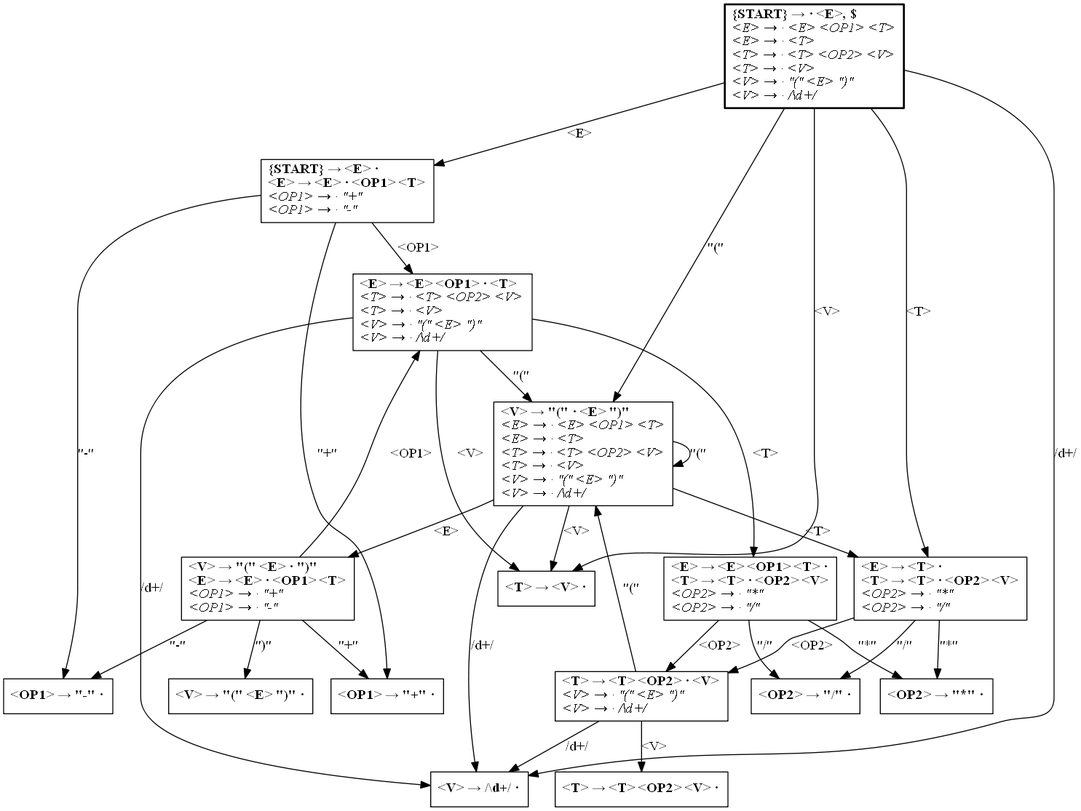
This is lalr_collection_test.dot.png from tokenshift/appa, a Graphviz export, as it was before one commit. Its source is kept beside it as lalr_collection_test.dot.
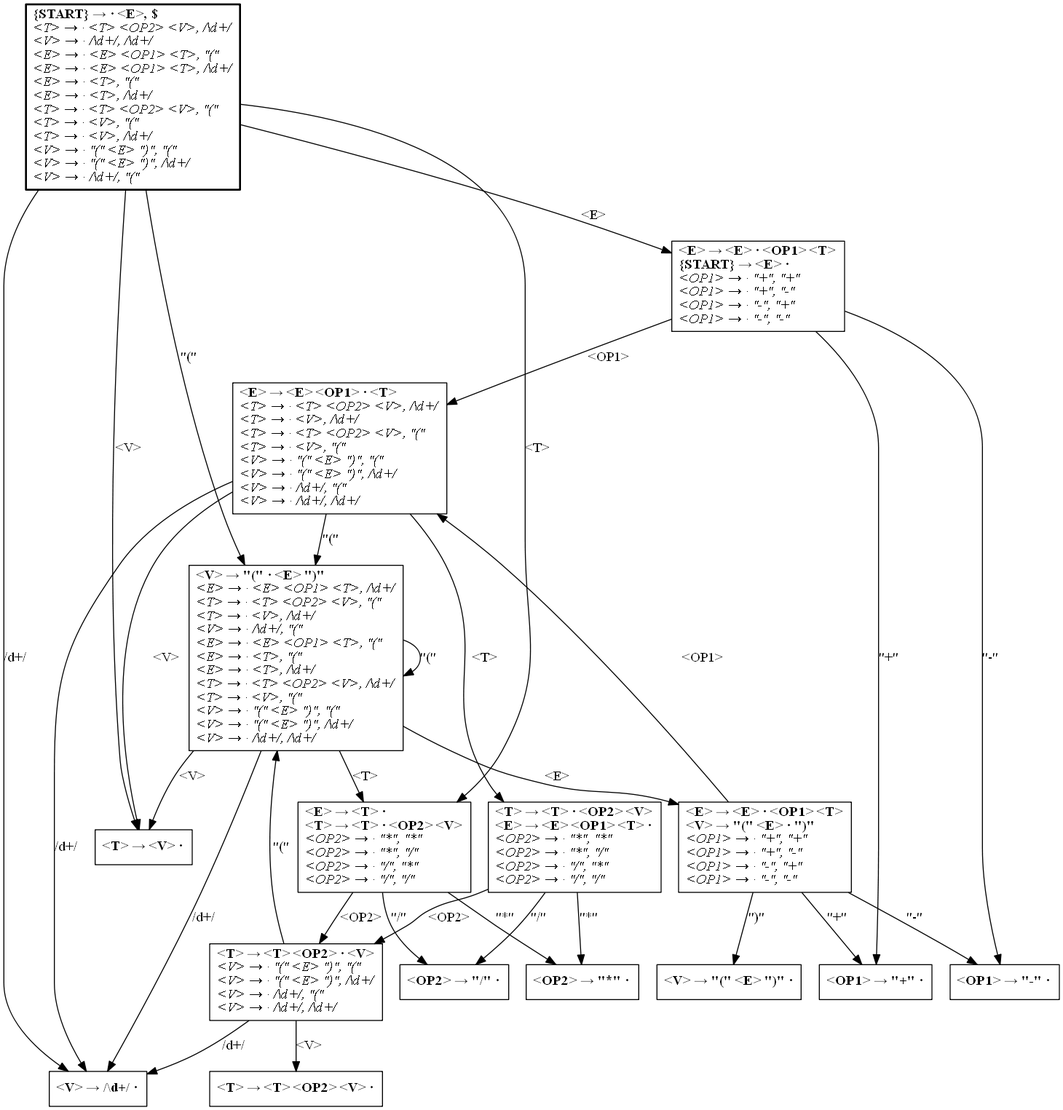
The same diagram one commit later.

Diff of the diagram source:
```diff
@@ -1,144 +1,170 @@
 digraph LALR_Collection {
 	node[shape=box];
 
-	1 [penwidth=2
+	1 [label=<<b>
+	&amp;lt;OP1&amp;gt; → "-" ·<br align="left" />
+	</b>>];
+
+	2 [label=<<b>
+	&amp;lt;T&amp;gt; → &amp;lt;T&amp;gt; &amp;lt;OP2&amp;gt; · &amp;lt;V&amp;gt;<br align="left" />
+	</b><i>
+	&amp;lt;V&amp;gt; → · "(" &amp;lt;E&amp;gt; ")", "("<br align="left" />
+	&amp;lt;V&amp;gt; → · "(" &amp;lt;E&amp;gt; ")", /\d+/<br align="left" />
+	&amp;lt;V&amp;gt; → · /\d+/, "("<br align="left" />
+	&amp;lt;V&amp;gt; → · /\d+/, /\d+/<br align="left" />
+	</i>>];
+
+	2 -> 3 [label="<V>"];
+	2 -> 4 [label="\"(\""];
+	2 -> 5 [label="/\d+/"];
+
+	6 [label=<<b>
+	&amp;lt;E&amp;gt; → &amp;lt;E&amp;gt; · &amp;lt;OP1&amp;gt; &amp;lt;T&amp;gt;<br align="left" />
+	{START} → &amp;lt;E&amp;gt; ·<br align="left" />
+	</b><i>
+	&amp;lt;OP1&amp;gt; → · "+", "+"<br align="left" />
+	&amp;lt;OP1&amp;gt; → · "+", "-"<br align="left" />
+	&amp;lt;OP1&amp;gt; → · "-", "+"<br align="left" />
+	&amp;lt;OP1&amp;gt; → · "-", "-"<br align="left" />
+	</i>>];
+
+	6 -> 7 [label="<OP1>"];
+	6 -> 8 [label="\"+\""];
+	6 -> 1 [label="\"-\""];
+
+	9 [label=<<b>
+	&amp;lt;E&amp;gt; → &amp;lt;T&amp;gt; ·<br align="left" />
+	&amp;lt;T&amp;gt; → &amp;lt;T&amp;gt; · &amp;lt;OP2&amp;gt; &amp;lt;V&amp;gt;<br align="left" />
+	</b><i>
+	&amp;lt;OP2&amp;gt; → · "*", "*"<br align="left" />
+	&amp;lt;OP2&amp;gt; → · "*", "/"<br align="left" />
+	&amp;lt;OP2&amp;gt; → · "/", "*"<br align="left" />
+	&amp;lt;OP2&amp;gt; → · "/", "/"<br align="left" />
+	</i>>];
+
+	9 -> 2 [label="<OP2>"];
+	9 -> 10 [label="\"*\""];
+	9 -> 11 [label="\"/\""];
+
+	12 [label=<<b>
+	&amp;lt;T&amp;gt; → &amp;lt;V&amp;gt; ·<br align="left" />
+	</b>>];
+
+	10 [label=<<b>
+	&amp;lt;OP2&amp;gt; → "*" ·<br align="left" />
+	</b>>];
+
+	11 [label=<<b>
+	&amp;lt;OP2&amp;gt; → "/" ·<br align="left" />
+	</b>>];
+
+	13 [label=<<b>
+	&amp;lt;T&amp;gt; → &amp;lt;T&amp;gt; · &amp;lt;OP2&amp;gt; &amp;lt;V&amp;gt;<br align="left" />
+	&amp;lt;E&amp;gt; → &amp;lt;E&amp;gt; &amp;lt;OP1&amp;gt; &amp;lt;T&amp;gt; ·<br align="left" />
+	</b><i>
+	&amp;lt;OP2&amp;gt; → · "*", "*"<br align="left" />
+	&amp;lt;OP2&amp;gt; → · "*", "/"<br align="left" />
+	&amp;lt;OP2&amp;gt; → · "/", "*"<br align="left" />
+	&amp;lt;OP2&amp;gt; → · "/", "/"<br align="left" />
+	</i>>];
+
+	13 -> 2 [label="<OP2>"];
+	13 -> 10 [label="\"*\""];
+	13 -> 11 [label="\"/\""];
+
+	8 [label=<<b>
+	&amp;lt;OP1&amp;gt; → "+" ·<br align="left" />
+	</b>>];
+
+	14 [label=<<b>
+	&amp;lt;E&amp;gt; → &amp;lt;E&amp;gt; · &amp;lt;OP1&amp;gt; &amp;lt;T&amp;gt;<br align="left" />
+	&amp;lt;V&amp;gt; → "(" &amp;lt;E&amp;gt; · ")"<br align="left" />
+	</b><i>
+	&amp;lt;OP1&amp;gt; → · "+", "+"<br align="left" />
+	&amp;lt;OP1&amp;gt; → · "+", "-"<br align="left" />
+	&amp;lt;OP1&amp;gt; → · "-", "+"<br align="left" />
+	&amp;lt;OP1&amp;gt; → · "-", "-"<br align="left" />
+	</i>>];
+
+	14 -> 7 [label="<OP1>"];
+	14 -> 15 [label="\")\""];
+	14 -> 8 [label="\"+\""];
+	14 -> 1 [label="\"-\""];
+
+	15 [label=<<b>
+	&amp;lt;V&amp;gt; → "(" &amp;lt;E&amp;gt; ")" ·<br align="left" />
+	</b>>];
+
+	16 [penwidth=2
 	label=<<b>
 	{START} → · &amp;lt;E&amp;gt;, $<br align="left" />
 	</b><i>
-	&amp;lt;E&amp;gt; → · &amp;lt;E&amp;gt; &amp;lt;OP1&amp;gt; &amp;lt;T&amp;gt;<br align="left" />
-	&amp;lt;E&amp;gt; → · &amp;lt;T&amp;gt;<br align="left" />
-	&amp;lt;T&amp;gt; → · &amp;lt;T&amp;gt; &amp;lt;OP2&amp;gt; &amp;lt;V&amp;gt;<br align="left" />
-	&amp;lt;T&amp;gt; → · &amp;lt;V&amp;gt;<br align="left" />
-	&amp;lt;V&amp;gt; → · "(" &amp;lt;E&amp;gt; ")"<br align="left" />
-	&amp;lt;V&amp;gt; → · /\d+/<br align="left" />
+	&amp;lt;T&amp;gt; → · &amp;lt;T&amp;gt; &amp;lt;OP2&amp;gt; &amp;lt;V&amp;gt;, /\d+/<br align="left" />
+	&amp;lt;V&amp;gt; → · /\d+/, /\d+/<br align="left" />
+	&amp;lt;E&amp;gt; → · &amp;lt;E&amp;gt; &amp;lt;OP1&amp;gt; &amp;lt;T&amp;gt;, "("<br align="left" />
+	&amp;lt;E&amp;gt; → · &amp;lt;E&amp;gt; &amp;lt;OP1&amp;gt; &amp;lt;T&amp;gt;, /\d+/<br align="left" />
+	&amp;lt;E&amp;gt; → · &amp;lt;T&amp;gt;, "("<br align="left" />
+	&amp;lt;E&amp;gt; → · &amp;lt;T&amp;gt;, /\d+/<br align="left" />
+	&amp;lt;T&amp;gt; → · &amp;lt;T&amp;gt; &amp;lt;OP2&amp;gt; &amp;lt;V&amp;gt;, "("<br align="left" />
+	&amp;lt;T&amp;gt; → · &amp;lt;V&amp;gt;, "("<br align="left" />
+	&amp;lt;T&amp;gt; → · &amp;lt;V&amp;gt;, /\d+/<br align="left" />
+	&amp;lt;V&amp;gt; → · "(" &amp;lt;E&amp;gt; ")", "("<br align="left" />
+	&amp;lt;V&amp;gt; → · "(" &amp;lt;E&amp;gt; ")", /\d+/<br align="left" />
+	&amp;lt;V&amp;gt; → · /\d+/, "("<br align="left" />
 	</i>>];
 
-	1 -> 2 [label="<E>"];
-	1 -> 3 [label="<T>"];
-	1 -> 4 [label="<V>"];
-	1 -> 5 [label="\"(\""];
-	1 -> 6 [label="/\d+/"];
+	16 -> 6 [label="<E>"];
+	16 -> 9 [label="<T>"];
+	16 -> 12 [label="<V>"];
+	16 -> 4 [label="\"(\""];
+	16 -> 5 [label="/\d+/"];
 
 	4 [label=<<b>
-	&amp;lt;T&amp;gt; → &amp;lt;V&amp;gt; ·<br align="left" />
+	&amp;lt;V&amp;gt; → "(" · &amp;lt;E&amp;gt; ")"<br align="left" />
+	</b><i>
+	&amp;lt;E&amp;gt; → · &amp;lt;E&amp;gt; &amp;lt;OP1&amp;gt; &amp;lt;T&amp;gt;, /\d+/<br align="left" />
+	&amp;lt;T&amp;gt; → · &amp;lt;T&amp;gt; &amp;lt;OP2&amp;gt; &amp;lt;V&amp;gt;, "("<br align="left" />
+	&amp;lt;T&amp;gt; → · &amp;lt;V&amp;gt;, /\d+/<br align="left" />
+	&amp;lt;V&amp;gt; → · /\d+/, "("<br align="left" />
+	&amp;lt;E&amp;gt; → · &amp;lt;E&amp;gt; &amp;lt;OP1&amp;gt; &amp;lt;T&amp;gt;, "("<br align="left" />
+	&amp;lt;E&amp;gt; → · &amp;lt;T&amp;gt;, "("<br align="left" />
+	&amp;lt;E&amp;gt; → · &amp;lt;T&amp;gt;, /\d+/<br align="left" />
+	&amp;lt;T&amp;gt; → · &amp;lt;T&amp;gt; &amp;lt;OP2&amp;gt; &amp;lt;V&amp;gt;, /\d+/<br align="left" />
+	&amp;lt;T&amp;gt; → · &amp;lt;V&amp;gt;, "("<br align="left" />
+	&amp;lt;V&amp;gt; → · "(" &amp;lt;E&amp;gt; ")", "("<br align="left" />
+	&amp;lt;V&amp;gt; → · "(" &amp;lt;E&amp;gt; ")", /\d+/<br align="left" />
+	&amp;lt;V&amp;gt; → · /\d+/, /\d+/<br align="left" />
+	</i>>];
+
+	4 -> 14 [label="<E>"];
+	4 -> 9 [label="<T>"];
+	4 -> 12 [label="<V>"];
+	4 -> 4 [label="\"(\""];
+	4 -> 5 [label="/\d+/"];
+
+	5 [label=<<b>
+	&amp;lt;V&amp;gt; → /\d+/ ·<br align="left" />
 	</b>>];
 
 	7 [label=<<b>
-	&amp;lt;OP1&amp;gt; → "-" ·<br align="left" />
-	</b>>];
-
-	8 [label=<<b>
-	&amp;lt;OP2&amp;gt; → "*" ·<br align="left" />
-	</b>>];
-
-	9 [label=<<b>
-	&amp;lt;V&amp;gt; → "(" &amp;lt;E&amp;gt; · ")"<br align="left" />
-	&amp;lt;E&amp;gt; → &amp;lt;E&amp;gt; · &amp;lt;OP1&amp;gt; &amp;lt;T&amp;gt;<br align="left" />
+	&amp;lt;E&amp;gt; → &amp;lt;E&amp;gt; &amp;lt;OP1&amp;gt; · &amp;lt;T&amp;gt;<br align="left" />
 	</b><i>
-	&amp;lt;OP1&amp;gt; → · "+"<br align="left" />
-	&amp;lt;OP1&amp;gt; → · "-"<br align="left" />
+	&amp;lt;T&amp;gt; → · &amp;lt;T&amp;gt; &amp;lt;OP2&amp;gt; &amp;lt;V&amp;gt;, /\d+/<br align="left" />
+	&amp;lt;T&amp;gt; → · &amp;lt;V&amp;gt;, /\d+/<br align="left" />
+	&amp;lt;T&amp;gt; → · &amp;lt;T&amp;gt; &amp;lt;OP2&amp;gt; &amp;lt;V&amp;gt;, "("<br align="left" />
+	&amp;lt;T&amp;gt; → · &amp;lt;V&amp;gt;, "("<br align="left" />
+	&amp;lt;V&amp;gt; → · "(" &amp;lt;E&amp;gt; ")", "("<br align="left" />
+	&amp;lt;V&amp;gt; → · "(" &amp;lt;E&amp;gt; ")", /\d+/<br align="left" />
+	&amp;lt;V&amp;gt; → · /\d+/, "("<br align="left" />
+	&amp;lt;V&amp;gt; → · /\d+/, /\d+/<br align="left" />
 	</i>>];
 
-	9 -> 10 [label="\")\""];
-	9 -> 11 [label="<OP1>"];
-	9 -> 12 [label="\"+\""];
-	9 -> 7 [label="\"-\""];
-
-	10 [label=<<b>
-	&amp;lt;V&amp;gt; → "(" &amp;lt;E&amp;gt; ")" ·<br align="left" />
-	</b>>];
-
-	2 [label=<<b>
-	{START} → &amp;lt;E&amp;gt; ·<br align="left" />
-	&amp;lt;E&amp;gt; → &amp;lt;E&amp;gt; · &amp;lt;OP1&amp;gt; &amp;lt;T&amp;gt;<br align="left" />
-	</b><i>
-	&amp;lt;OP1&amp;gt; → · "+"<br align="left" />
-	&amp;lt;OP1&amp;gt; → · "-"<br align="left" />
-	</i>>];
-
-	2 -> 11 [label="<OP1>"];
-	2 -> 12 [label="\"+\""];
-	2 -> 7 [label="\"-\""];
+	7 -> 13 [label="<T>"];
+	7 -> 12 [label="<V>"];
+	7 -> 4 [label="\"(\""];
+	7 -> 5 [label="/\d+/"];
 
 	3 [label=<<b>
-	&amp;lt;E&amp;gt; → &amp;lt;T&amp;gt; ·<br align="left" />
-	&amp;lt;T&amp;gt; → &amp;lt;T&amp;gt; · &amp;lt;OP2&amp;gt; &amp;lt;V&amp;gt;<br align="left" />
-	</b><i>
-	&amp;lt;OP2&amp;gt; → · "*"<br align="left" />
-	&amp;lt;OP2&amp;gt; → · "/"<br align="left" />
-	</i>>];
-
-	3 -> 13 [label="<OP2>"];
-	3 -> 8 [label="\"*\""];
-	3 -> 14 [label="\"/\""];
-
-	14 [label=<<b>
-	&amp;lt;OP2&amp;gt; → "/" ·<br align="left" />
-	</b>>];
-
-	15 [label=<<b>
-	&amp;lt;E&amp;gt; → &amp;lt;E&amp;gt; &amp;lt;OP1&amp;gt; &amp;lt;T&amp;gt; ·<br align="left" />
-	&amp;lt;T&amp;gt; → &amp;lt;T&amp;gt; · &amp;lt;OP2&amp;gt; &amp;lt;V&amp;gt;<br align="left" />
-	</b><i>
-	&amp;lt;OP2&amp;gt; → · "*"<br align="left" />
-	&amp;lt;OP2&amp;gt; → · "/"<br align="left" />
-	</i>>];
-
-	15 -> 13 [label="<OP2>"];
-	15 -> 8 [label="\"*\""];
-	15 -> 14 [label="\"/\""];
-
-	16 [label=<<b>
 	&amp;lt;T&amp;gt; → &amp;lt;T&amp;gt; &amp;lt;OP2&amp;gt; &amp;lt;V&amp;gt; ·<br align="left" />
 	</b>>];
-
-	6 [label=<<b>
-	&amp;lt;V&amp;gt; → /\d+/ ·<br align="left" />
-	</b>>];
-
-	11 [label=<<b>
-	&amp;lt;E&amp;gt; → &amp;lt;E&amp;gt; &amp;lt;OP1&amp;gt; · &amp;lt;T&amp;gt;<br align="left" />
-	</b><i>
-	&amp;lt;T&amp;gt; → · &amp;lt;T&amp;gt; &amp;lt;OP2&amp;gt; &amp;lt;V&amp;gt;<br align="left" />
-	&amp;lt;T&amp;gt; → · &amp;lt;V&amp;gt;<br align="left" />
-	&amp;lt;V&amp;gt; → · "(" &amp;lt;E&amp;gt; ")"<br align="left" />
-	&amp;lt;V&amp;gt; → · /\d+/<br align="left" />
-	</i>>];
-
-	11 -> 15 [label="<T>"];
-	11 -> 4 [label="<V>"];
-	11 -> 5 [label="\"(\""];
-	11 -> 6 [label="/\d+/"];
-
-	5 [label=<<b>
-	&amp;lt;V&amp;gt; → "(" · &amp;lt;E&amp;gt; ")"<br align="left" />
-	</b><i>
-	&amp;lt;E&amp;gt; → · &amp;lt;E&amp;gt; &amp;lt;OP1&amp;gt; &amp;lt;T&amp;gt;<br align="left" />
-	&amp;lt;E&amp;gt; → · &amp;lt;T&amp;gt;<br align="left" />
-	&amp;lt;T&amp;gt; → · &amp;lt;T&amp;gt; &amp;lt;OP2&amp;gt; &amp;lt;V&amp;gt;<br align="left" />
-	&amp;lt;T&amp;gt; → · &amp;lt;V&amp;gt;<br align="left" />
-	&amp;lt;V&amp;gt; → · "(" &amp;lt;E&amp;gt; ")"<br align="left" />
-	&amp;lt;V&amp;gt; → · /\d+/<br align="left" />
-	</i>>];
-
-	5 -> 9 [label="<E>"];
-	5 -> 3 [label="<T>"];
-	5 -> 4 [label="<V>"];
-	5 -> 5 [label="\"(\""];
-	5 -> 6 [label="/\d+/"];
-
-	12 [label=<<b>
-	&amp;lt;OP1&amp;gt; → "+" ·<br align="left" />
-	</b>>];
-
-	13 [label=<<b>
-	&amp;lt;T&amp;gt; → &amp;lt;T&amp;gt; &amp;lt;OP2&amp;gt; · &amp;lt;V&amp;gt;<br align="left" />
-	</b><i>
-	&amp;lt;V&amp;gt; → · "(" &amp;lt;E&amp;gt; ")"<br align="left" />
-	&amp;lt;V&amp;gt; → · /\d+/<br align="left" />
-	</i>>];
-
-	13 -> 16 [label="<V>"];
-	13 -> 5 [label="\"(\""];
-	13 -> 6 [label="/\d+/"];
 }
```
